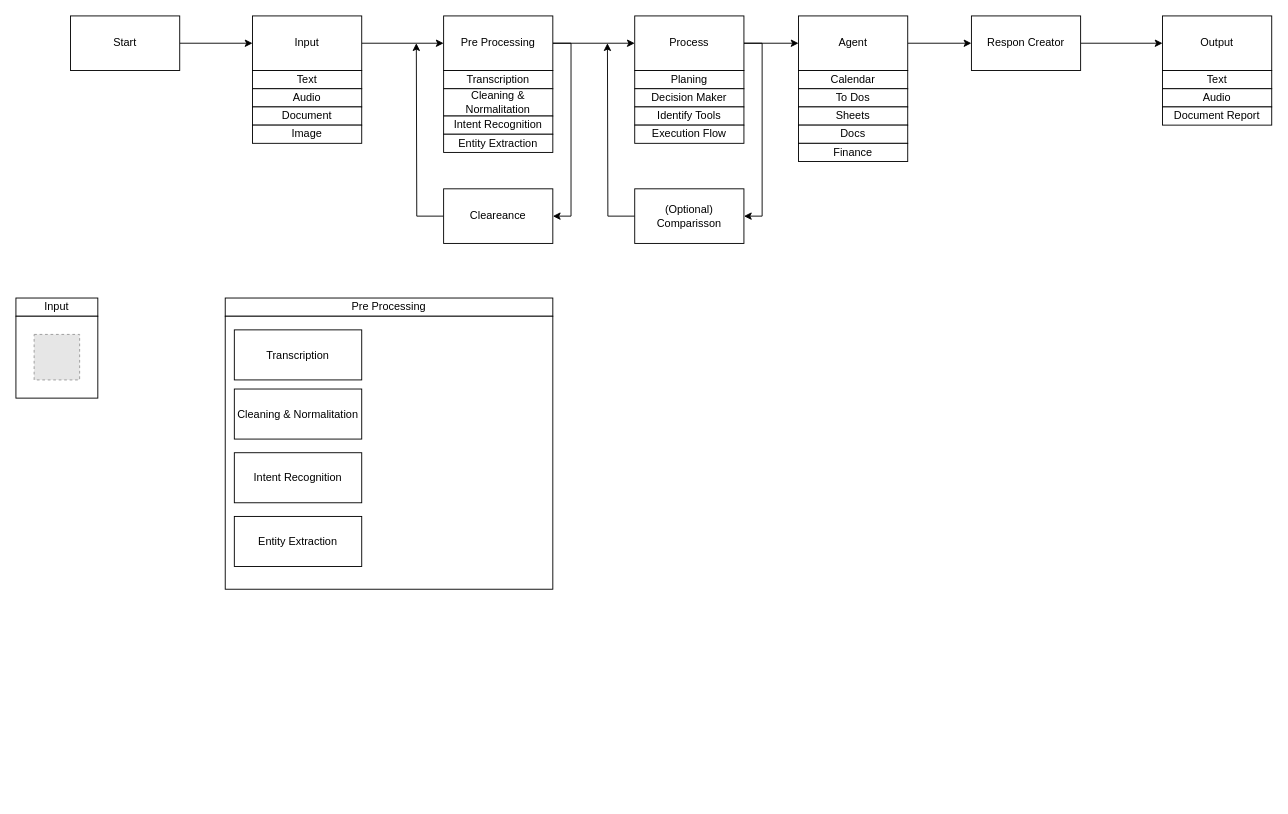
Rezen351/Flowchart keeps this draw.io diagram as N8N Personal Asistant.drawio. Above is the earlier version. Source tidied: cells renumbered, new cells numbered last; positions are measured from the earlier drawing's top-left corner, leaving out a move shared by most shapes. Both pictures are drawn from the tidied source at 91%, with x=0, y=0 at pixel (15, 15). Pictures stored in the file or linked from it are replaced by grey dashed boxes.
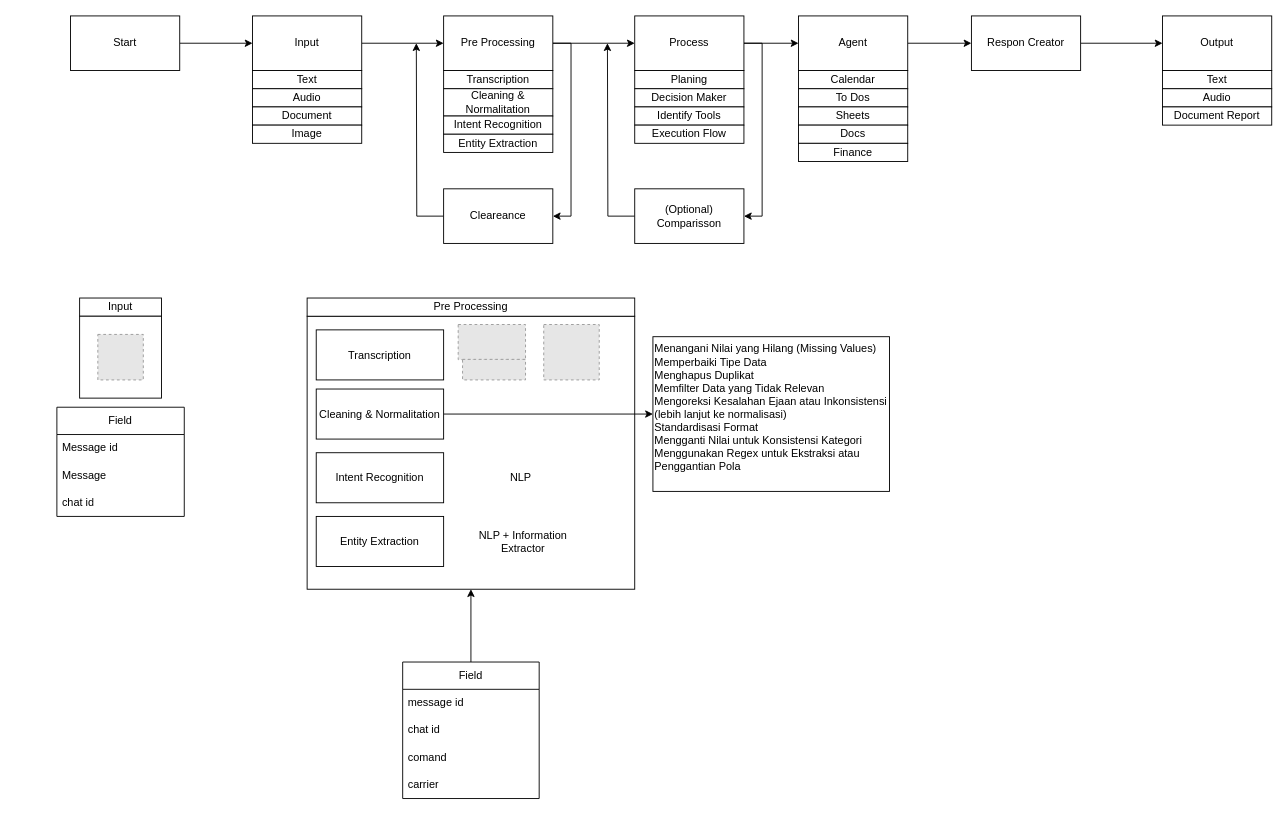
Above is the later version.

Unchanged cells that the change refers to:
```xml
<mxCell id="42" value="Input" style="rounded=0;whiteSpace=wrap;html=1;" parent="41" vertex="1">
  <mxGeometry width="120" height="60" as="geometry" />
</mxCell>
```

What changed in the source:
```diff
@@
+    <mxCell id="51" style="rounded=0;whiteSpace=wrap;html=1;" parent="1" vertex="1">
+      <mxGeometry x="320" y="330" width="360" height="300" as="geometry" />
+    </mxCell>
     <mxCell id="2" style="group;" parent="1" vertex="1">
-      <mxGeometry y="310" width="90" height="200" as="geometry" />
+      <mxGeometry x="70" y="310" width="115" height="250" as="geometry" />
     </mxCell>
@@
+    <mxCell id="56" value="Field" style="swimlane;fontStyle=0;horizontal=1;startSize=30;whiteSpace=wrap;html=1;" parent="2" vertex="1">
+      <mxGeometry x="-25" y="120" width="140" height="120" as="geometry" />
+    </mxCell>
+    <mxCell id="57" value="Message id" style="text;strokeColor=none;fillColor=none;align=left;verticalAlign=middle;spacingLeft=4;spacingRight=4;overflow=hidden;whiteSpace=wrap;html=1;" parent="56" vertex="1">
+      <mxGeometry y="30" width="140" height="30" as="geometry" />
+    </mxCell>
+    <mxCell id="58" value="Message" style="text;strokeColor=none;fillColor=none;align=left;verticalAlign=middle;spacingLeft=4;spacingRight=4;overflow=hidden;whiteSpace=wrap;html=1;" parent="56" vertex="1">
+      <mxGeometry y="60" width="140" height="30" as="geometry" />
+    </mxCell>
+    <mxCell id="59" value="chat id" style="text;strokeColor=none;fillColor=none;align=left;verticalAlign=middle;spacingLeft=4;spacingRight=4;overflow=hidden;whiteSpace=wrap;html=1;" parent="56" vertex="1">
+      <mxGeometry y="90" width="140" height="30" as="geometry" />
+    </mxCell>
+    <mxCell id="49" style="fillColor=#E6E6E6;strokeColor=#999999;dashed=1;verticalLabelPosition=bottom;labelBackgroundColor=default;verticalAlign=top;" parent="2" vertex="1">
+      <mxGeometry x="20" y="40" width="50" height="50" as="geometry" />
+    </mxCell>
@@
+    <mxCell id="47" style="edgeStyle=orthogonalEdgeStyle;rounded=0;jettySize=auto;html=1;" parent="1" edge="1" source="48" target="42">
+      <mxGeometry relative="1" as="geometry" />
+    </mxCell>
+    <mxCell id="48" value="Start" style="rounded=0;whiteSpace=wrap;html=1;" parent="1" vertex="1">
+      <mxGeometry x="60" width="120" height="60" as="geometry" />
+    </mxCell>
+    <mxCell id="50" value="Pre Processing" style="rounded=0;whiteSpace=wrap;html=1;" parent="1" vertex="1">
+      <mxGeometry x="320" y="310" width="360" height="20" as="geometry" />
+    </mxCell>
+    <mxCell id="52" value="Transcription" style="rounded=0;whiteSpace=wrap;html=1;" parent="1" vertex="1">
+      <mxGeometry x="330" y="345" width="140" height="55" as="geometry" />
+    </mxCell>
+    <mxCell id="60" style="edgeStyle=orthogonalEdgeStyle;rounded=0;jettySize=auto;html=1;entryX=0;entryY=0.5;entryDx=0;entryDy=0;" parent="1" edge="1" source="53" target="64">
+      <mxGeometry relative="1" as="geometry">
+        <Array as="points">
+          <mxPoint x="700" y="438" />
+          <mxPoint x="770" y="438" />
+        </Array>
+      </mxGeometry>
+    </mxCell>
+    <mxCell id="53" value="Cleaning &amp;amp; Normalitation" style="rounded=0;whiteSpace=wrap;html=1;" parent="1" vertex="1">
+      <mxGeometry x="330" y="410" width="140" height="55" as="geometry" />
+    </mxCell>
+    <mxCell id="54" value="Intent Recognition" style="rounded=0;whiteSpace=wrap;html=1;" parent="1" vertex="1">
+      <mxGeometry x="330" y="480" width="140" height="55" as="geometry" />
+    </mxCell>
+    <mxCell id="55" value="Entity Extraction" style="rounded=0;whiteSpace=wrap;html=1;" parent="1" vertex="1">
+      <mxGeometry x="330" y="550" width="140" height="55" as="geometry" />
+    </mxCell>
+    <mxCell id="61" style="fillColor=#E6E6E6;strokeColor=#999999;dashed=1;verticalLabelPosition=bottom;labelBackgroundColor=default;verticalAlign=top;" parent="1" vertex="1">
+      <mxGeometry x="486" y="339.1" width="74" height="38.6" as="geometry" />
+    </mxCell>
+    <mxCell id="62" style="fillColor=#E6E6E6;strokeColor=#999999;dashed=1;verticalLabelPosition=bottom;labelBackgroundColor=default;verticalAlign=top;" parent="1" vertex="1">
+      <mxGeometry x="580" y="339.1" width="61" height="60.9" as="geometry" />
+    </mxCell>
@@
-    <mxCell id="47" style="edgeStyle=orthogonalEdgeStyle;rounded=0;jettySize=auto;html=1;" parent="1" edge="1" source="48" target="42">
-      <mxGeometry relative="1" as="geometry" />
-    </mxCell>
-    <mxCell id="48" value="Start" style="rounded=0;whiteSpace=wrap;html=1;" parent="1" vertex="1">
-      <mxGeometry x="60" width="120" height="60" as="geometry" />
-    </mxCell>
-    <mxCell id="49" style="fillColor=#E6E6E6;strokeColor=#999999;dashed=1;verticalLabelPosition=bottom;labelBackgroundColor=default;verticalAlign=top;" parent="1" vertex="1">
-      <mxGeometry x="20" y="350" width="50" height="50" as="geometry" />
-    </mxCell>
-    <mxCell id="50" value="Pre Processing" style="rounded=0;whiteSpace=wrap;html=1;" parent="1" vertex="1">
-      <mxGeometry x="230" y="310" width="360" height="20" as="geometry" />
-    </mxCell>
-    <mxCell id="51" style="rounded=0;whiteSpace=wrap;html=1;" parent="1" vertex="1">
-      <mxGeometry x="230" y="330" width="360" height="300" as="geometry" />
-    </mxCell>
-    <mxCell id="52" value="Transcription" style="rounded=0;whiteSpace=wrap;html=1;" parent="1" vertex="1">
-      <mxGeometry x="240" y="345" width="140" height="55" as="geometry" />
-    </mxCell>
-    <mxCell id="53" value="Cleaning &amp;amp; Normalitation" style="rounded=0;whiteSpace=wrap;html=1;" parent="1" vertex="1">
-      <mxGeometry x="240" y="410" width="140" height="55" as="geometry" />
-    </mxCell>
-    <mxCell id="54" value="Intent Recognition" style="rounded=0;whiteSpace=wrap;html=1;" parent="1" vertex="1">
-      <mxGeometry x="240" y="480" width="140" height="55" as="geometry" />
-    </mxCell>
-    <mxCell id="55" value="Entity Extraction" style="rounded=0;whiteSpace=wrap;html=1;" parent="1" vertex="1">
-      <mxGeometry x="240" y="550" width="140" height="55" as="geometry" />
-    </mxCell>
+    <mxCell id="63" style="fillColor=#E6E6E6;strokeColor=#999999;dashed=1;verticalLabelPosition=bottom;labelBackgroundColor=default;verticalAlign=top;" parent="1" vertex="1">
+      <mxGeometry x="490.8" y="377.4" width="69.2" height="22.6" as="geometry" />
+    </mxCell>
+    <mxCell id="64" value="Menangani Nilai yang Hilang (Missing Values)&lt;div&gt;&lt;div&gt;Memperbaiki Tipe Data&lt;/div&gt;&lt;div&gt;Menghapus Duplikat&lt;/div&gt;&lt;div&gt;Memfilter Data yang Tidak Relevan&lt;/div&gt;&lt;div&gt;&lt;div&gt;Mengoreksi Kesalahan Ejaan atau Inkonsistensi (lebih lanjut ke normalisasi)&lt;/div&gt;&lt;/div&gt;&lt;/div&gt;&lt;div&gt;Standardisasi Format&lt;/div&gt;&lt;div&gt;Mengganti Nilai untuk Konsistensi Kategori&lt;/div&gt;&lt;div&gt;Menggunakan Regex untuk Ekstraksi atau Penggantian Pola&lt;/div&gt;&lt;div&gt;&lt;br&gt;&lt;/div&gt;" style="rounded=0;whiteSpace=wrap;html=1;align=left;" parent="1" vertex="1">
+      <mxGeometry x="700" y="352.5" width="260" height="170" as="geometry" />
+    </mxCell>
+    <mxCell id="65" value="NLP" style="text;html=1;align=center;verticalAlign=middle;whiteSpace=wrap;rounded=0;" parent="1" vertex="1">
+      <mxGeometry x="500" y="492.5" width="110" height="30" as="geometry" />
+    </mxCell>
+    <mxCell id="66" value="NLP + Information Extractor" style="text;html=1;align=center;verticalAlign=middle;whiteSpace=wrap;rounded=0;" parent="1" vertex="1">
+      <mxGeometry x="495.4" y="562.5" width="124.6" height="30" as="geometry" />
+    </mxCell>
+    <mxCell id="67" style="edgeStyle=orthogonalEdgeStyle;rounded=0;jettySize=auto;html=1;exitX=0.5;exitY=0;exitDx=0;exitDy=0;entryX=0.5;entryY=1;entryDx=0;entryDy=0;" parent="1" edge="1" source="68" target="51">
+      <mxGeometry relative="1" as="geometry" />
+    </mxCell>
+    <mxCell id="68" value="Field" style="swimlane;fontStyle=0;horizontal=1;startSize=30;whiteSpace=wrap;html=1;" parent="1" vertex="1">
+      <mxGeometry x="425" y="710" width="150" height="150" as="geometry" />
+    </mxCell>
+    <mxCell id="69" value="message id" style="text;strokeColor=none;fillColor=none;align=left;verticalAlign=middle;spacingLeft=4;spacingRight=4;overflow=hidden;whiteSpace=wrap;html=1;" parent="68" vertex="1">
+      <mxGeometry y="30" width="150" height="30" as="geometry" />
+    </mxCell>
+    <mxCell id="70" value="chat id" style="text;strokeColor=none;fillColor=none;align=left;verticalAlign=middle;spacingLeft=4;spacingRight=4;overflow=hidden;whiteSpace=wrap;html=1;" parent="68" vertex="1">
+      <mxGeometry y="60" width="150" height="30" as="geometry" />
+    </mxCell>
+    <mxCell id="71" value="comand" style="text;strokeColor=none;fillColor=none;align=left;verticalAlign=middle;spacingLeft=4;spacingRight=4;overflow=hidden;whiteSpace=wrap;html=1;" parent="68" vertex="1">
+      <mxGeometry y="90" width="150" height="30" as="geometry" />
+    </mxCell>
+    <mxCell id="72" value="carrier" style="text;strokeColor=none;fillColor=none;align=left;verticalAlign=middle;spacingLeft=4;spacingRight=4;overflow=hidden;whiteSpace=wrap;html=1;" parent="68" vertex="1">
+      <mxGeometry y="120" width="150" height="30" as="geometry" />
+    </mxCell>
```
